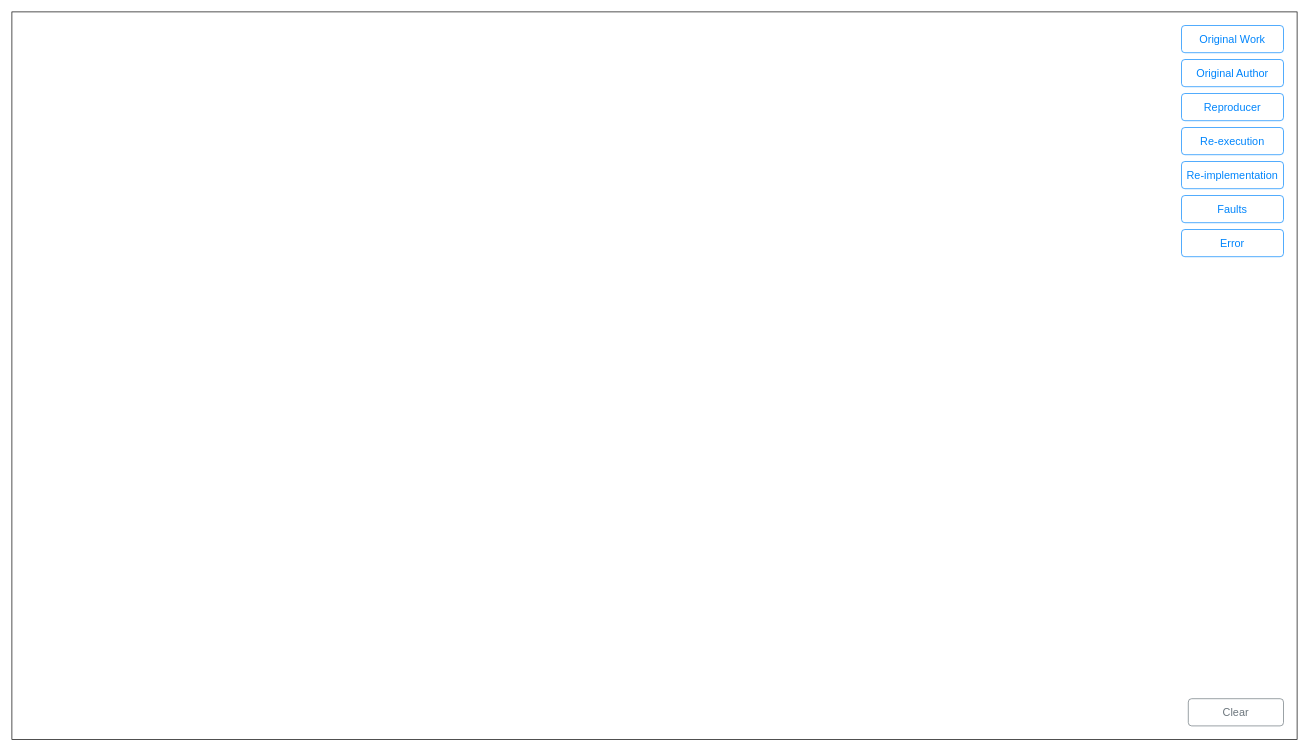
Before: page "article-landing" (10 of 11) of model-analysis-errors.drawio in nicebread/scientific_errors, a draw.io diagram. Source tidied: cells renumbered, new cells numbered last; positions are measured from the earlier drawing's top-left corner, leaving out a move shared by most shapes. Both pictures are drawn from the tidied source at 68%, with x=0, y=0 at pixel (12, 12).
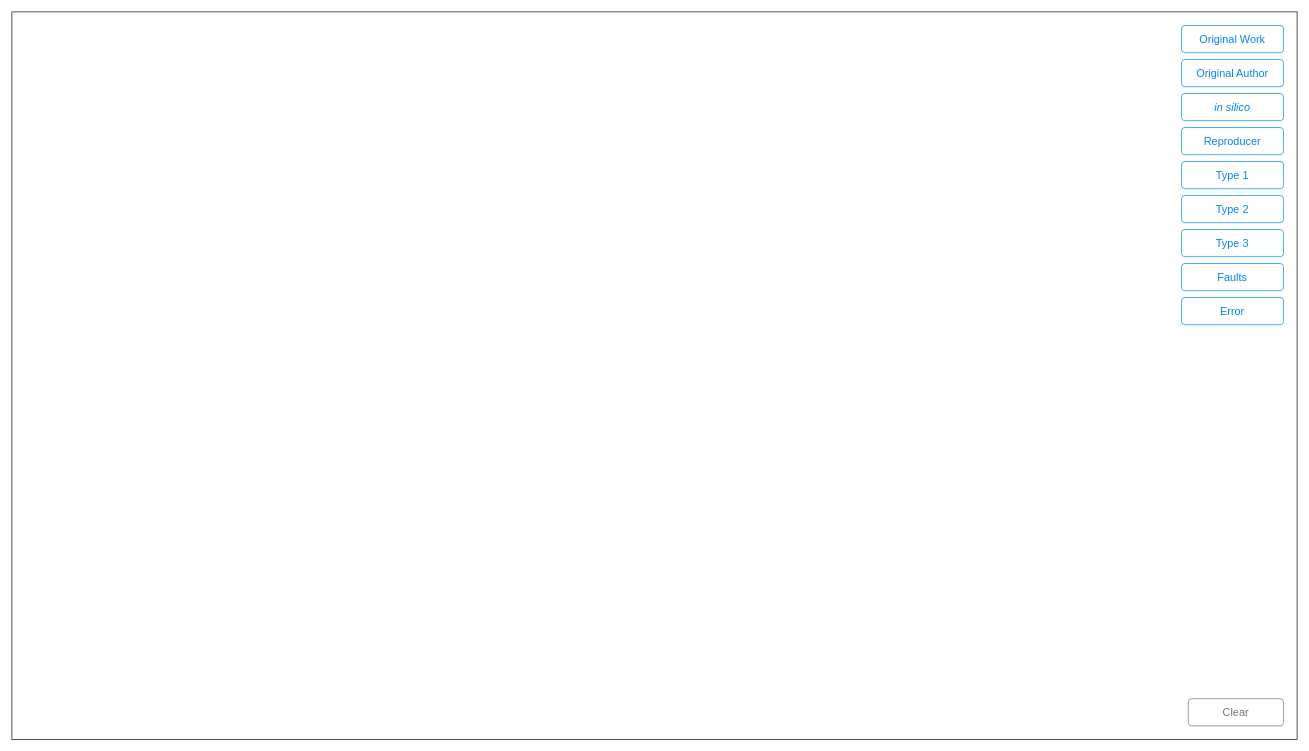
After the change.

The edit, as a diff of the source:
```diff
@@
 <mxGraphModel>
   <root>
     <mxCell id="0" />
     <mxCell id="1" parent="0" />
     <mxCell id="2" style="rounded=0;whiteSpace=wrap;html=1;fillColor=none;" parent="1" vertex="1">
       <mxGeometry width="1890" height="1070" as="geometry" />
     </mxCell>
     <mxCell id="3" value="Original Work" style="html=1;shadow=0;dashed=0;shape=mxgraph.bootstrap.rrect;rSize=5;strokeColor=#0085FC;strokeWidth=1;fillColor=none;fontColor=#0085FC;whiteSpace=wrap;align=center;verticalAlign=middle;spacingLeft=0;fontStyle=0;fontSize=16;spacing=5;" parent="1" vertex="1">
       <mxGeometry x="1720" y="20" width="150" height="40" as="geometry" />
     </mxCell>
     <mxCell id="4" value="Original Author" style="html=1;shadow=0;dashed=0;shape=mxgraph.bootstrap.rrect;rSize=5;strokeColor=#0085FC;strokeWidth=1;fillColor=none;fontColor=#0085FC;whiteSpace=wrap;align=center;verticalAlign=middle;spacingLeft=0;fontStyle=0;fontSize=16;spacing=5;" parent="1" vertex="1">
       <mxGeometry x="1720" y="70" width="150" height="40" as="geometry" />
     </mxCell>
     <mxCell id="5" value="Reproducer" style="html=1;shadow=0;dashed=0;shape=mxgraph.bootstrap.rrect;rSize=5;strokeColor=#0085FC;strokeWidth=1;fillColor=none;fontColor=#0085FC;whiteSpace=wrap;align=center;verticalAlign=middle;spacingLeft=0;fontStyle=0;fontSize=16;spacing=5;" parent="1" vertex="1">
-      <mxGeometry x="1720" y="120" width="150" height="40" as="geometry" />
+      <mxGeometry x="1720" y="170" width="150" height="40" as="geometry" />
     </mxCell>
-    <mxCell id="6" value="Re-execution" style="html=1;shadow=0;dashed=0;shape=mxgraph.bootstrap.rrect;rSize=5;strokeColor=#0085FC;strokeWidth=1;fillColor=none;fontColor=#0085FC;whiteSpace=wrap;align=center;verticalAlign=middle;spacingLeft=0;fontStyle=0;fontSize=16;spacing=5;" parent="1" vertex="1">
-      <mxGeometry x="1720" y="170" width="150" height="40" as="geometry" />
+    <mxCell id="6" value="Type 1" style="html=1;shadow=0;dashed=0;shape=mxgraph.bootstrap.rrect;rSize=5;strokeColor=#0085FC;strokeWidth=1;fillColor=none;fontColor=#0085FC;whiteSpace=wrap;align=center;verticalAlign=middle;spacingLeft=0;fontStyle=0;fontSize=16;spacing=5;" parent="1" vertex="1">
+      <mxGeometry x="1720" y="220" width="150" height="40" as="geometry" />
     </mxCell>
-    <mxCell id="7" value="Re-implementation" style="html=1;shadow=0;dashed=0;shape=mxgraph.bootstrap.rrect;rSize=5;strokeColor=#0085FC;strokeWidth=1;fillColor=none;fontColor=#0085FC;whiteSpace=wrap;align=center;verticalAlign=middle;spacingLeft=0;fontStyle=0;fontSize=16;spacing=5;" parent="1" vertex="1">
-      <mxGeometry x="1720" y="220" width="150" height="40" as="geometry" />
+    <mxCell id="7" value="Type 2" style="html=1;shadow=0;dashed=0;shape=mxgraph.bootstrap.rrect;rSize=5;strokeColor=#0085FC;strokeWidth=1;fillColor=none;fontColor=#0085FC;whiteSpace=wrap;align=center;verticalAlign=middle;spacingLeft=0;fontStyle=0;fontSize=16;spacing=5;" parent="1" vertex="1">
+      <mxGeometry x="1720" y="270" width="150" height="40" as="geometry" />
     </mxCell>
     <mxCell id="8" value="Faults" style="html=1;shadow=0;dashed=0;shape=mxgraph.bootstrap.rrect;rSize=5;strokeColor=#0085FC;strokeWidth=1;fillColor=none;fontColor=#0085FC;whiteSpace=wrap;align=center;verticalAlign=middle;spacingLeft=0;fontStyle=0;fontSize=16;spacing=5;" parent="1" vertex="1">
-      <mxGeometry x="1720" y="270" width="150" height="40" as="geometry" />
+      <mxGeometry x="1720" y="370" width="150" height="40" as="geometry" />
     </mxCell>
     <mxCell id="9" value="Error" style="html=1;shadow=0;dashed=0;shape=mxgraph.bootstrap.rrect;rSize=5;strokeColor=#0085FC;strokeWidth=1;fillColor=none;fontColor=#0085FC;whiteSpace=wrap;align=center;verticalAlign=middle;spacingLeft=0;fontStyle=0;fontSize=16;spacing=5;" parent="1" vertex="1">
-      <mxGeometry x="1720" y="320" width="150" height="40" as="geometry" />
+      <mxGeometry x="1720" y="420" width="150" height="40" as="geometry" />
     </mxCell>
     <mxCell id="10" value="Clear" style="html=1;shadow=0;dashed=0;shape=mxgraph.bootstrap.rrect;rSize=5;strokeColor=#6C767D;strokeWidth=1;fillColor=none;fontColor=#6C767D;whiteSpace=wrap;align=center;verticalAlign=middle;spacingLeft=0;fontStyle=0;fontSize=16;spacing=5;" parent="1" vertex="1">
       <mxGeometry x="1730" y="1010" width="140" height="40" as="geometry" />
     </mxCell>
+    <mxCell id="11" value="Type 3" style="html=1;shadow=0;dashed=0;shape=mxgraph.bootstrap.rrect;rSize=5;strokeColor=#0085FC;strokeWidth=1;fillColor=none;fontColor=#0085FC;whiteSpace=wrap;align=center;verticalAlign=middle;spacingLeft=0;fontStyle=0;fontSize=16;spacing=5;" parent="1" vertex="1">
+      <mxGeometry x="1720" y="320" width="150" height="40" as="geometry" />
+    </mxCell>
+    <mxCell id="12" value="in silico" style="html=1;shadow=0;dashed=0;shape=mxgraph.bootstrap.rrect;rSize=5;strokeColor=#0085FC;strokeWidth=1;fillColor=none;fontColor=#0085FC;whiteSpace=wrap;align=center;verticalAlign=middle;spacingLeft=0;fontStyle=2;fontSize=16;spacing=5;" parent="1" vertex="1">
+      <mxGeometry x="1720" y="120" width="150" height="40" as="geometry" />
+    </mxCell>
   </root>
 </mxGraphModel>
```
